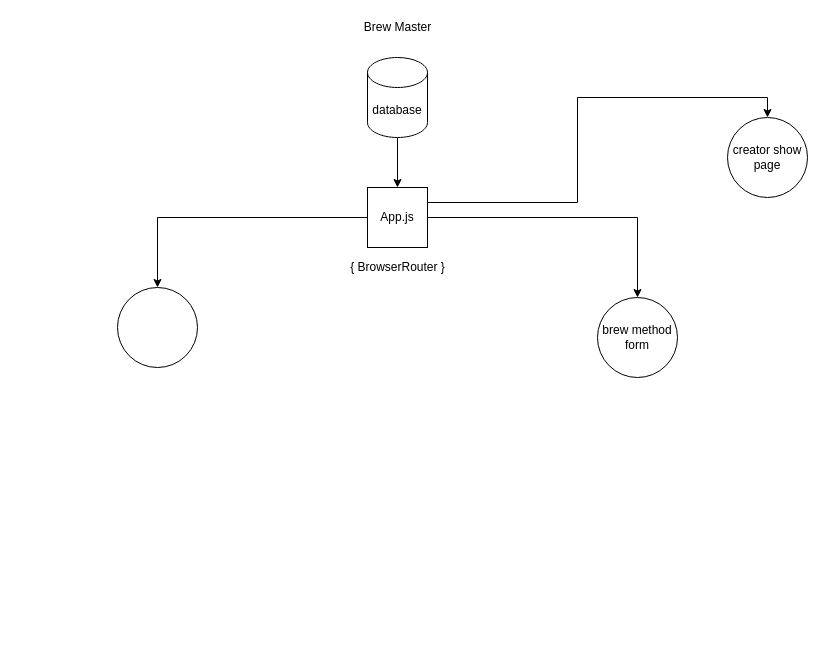
Earlier version of the draw.io diagram ComponentsBreakableToy.drawio (SalimAkram/breakable-toyv1). Source tidied: cells renumbered, new cells numbered last; positions are measured from the earlier drawing's top-left corner, leaving out a move shared by most shapes. Both pictures are drawn from the tidied source at 100%, with x=0, y=0 at pixel (117, 17).
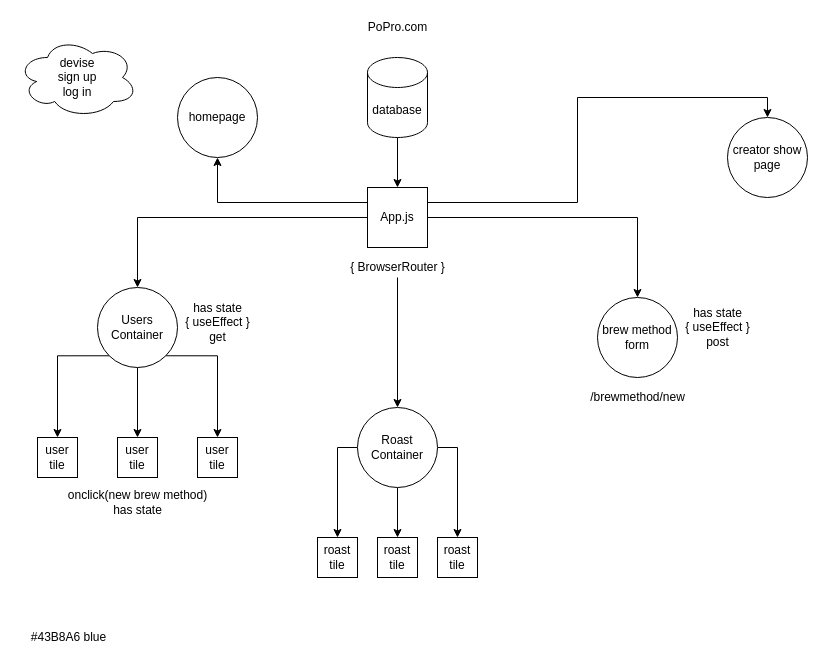
The same diagram, later.

The change refers to these unchanged cells:
```xml
<mxCell id="7" value="App.js" style="whiteSpace=wrap;html=1;" parent="1" vertex="1">
  <mxGeometry x="250" y="170" width="60" height="60" as="geometry" />
</mxCell>
<mxCell id="11" value="{ BrowserRouter }" style="text;html=1;align=center;verticalAlign=middle;points=[];" parent="1" vertex="1">
  <mxGeometry x="225" y="240" width="110" height="20" as="geometry" />
</mxCell>
```

Diff of the diagram source:
```diff
@@
+    <mxCell id="13" style="edgeStyle=orthogonalEdgeStyle;rounded=0;jettySize=auto;html=1;exitX=0;exitY=0.25;exitDx=0;exitDy=0;entryX=0.5;entryY=1;entryDx=0;entryDy=0;" parent="1" edge="1" source="7" target="34">
+      <mxGeometry relative="1" as="geometry" />
+    </mxCell>
@@
+    <mxCell id="14" style="edgeStyle=orthogonalEdgeStyle;rounded=0;jettySize=auto;html=1;entryX=0.5;entryY=0;entryDx=0;entryDy=0;" parent="1" edge="1" source="8" target="20">
+      <mxGeometry relative="1" as="geometry" />
+    </mxCell>
+    <mxCell id="15" style="edgeStyle=orthogonalEdgeStyle;rounded=0;jettySize=auto;html=1;exitX=0;exitY=1;exitDx=0;exitDy=0;entryX=0.5;entryY=0;entryDx=0;entryDy=0;" parent="1" edge="1" source="8" target="19">
+      <mxGeometry relative="1" as="geometry" />
+    </mxCell>
+    <mxCell id="16" style="edgeStyle=orthogonalEdgeStyle;rounded=0;jettySize=auto;html=1;exitX=1;exitY=1;exitDx=0;exitDy=0;entryX=0.5;entryY=0;entryDx=0;entryDy=0;" parent="1" edge="1" source="8" target="21">
+      <mxGeometry relative="1" as="geometry" />
+    </mxCell>
-    <mxCell id="8" style="ellipse;whiteSpace=wrap;html=1;" parent="1" vertex="1">
-      <mxGeometry y="270" width="80" height="80" as="geometry" />
+    <mxCell id="8" value="Users Container" style="ellipse;whiteSpace=wrap;html=1;" parent="1" vertex="1">
+      <mxGeometry x="-20" y="270" width="80" height="80" as="geometry" />
     </mxCell>
@@
+    <mxCell id="17" style="edgeStyle=orthogonalEdgeStyle;rounded=0;jettySize=auto;html=1;entryX=0.5;entryY=0;entryDx=0;entryDy=0;" parent="1" edge="1" source="11" target="30">
+      <mxGeometry relative="1" as="geometry" />
+    </mxCell>
@@
-    <mxCell id="12" value="Brew Master" style="text;html=1;align=center;verticalAlign=middle;" parent="1" vertex="1">
-      <mxGeometry x="240" width="80" height="20" as="geometry" />
+    <mxCell id="12" value="PoPro.com" style="text;html=1;align=center;verticalAlign=middle;" parent="1" vertex="1">
+      <mxGeometry x="245" width="70" height="20" as="geometry" />
     </mxCell>
+    <mxCell id="18" value="devise&lt;br&gt;sign up&lt;br&gt;log in" style="ellipse;shape=cloud;whiteSpace=wrap;html=1;" parent="1" vertex="1">
+      <mxGeometry x="-100" y="20" width="120" height="80" as="geometry" />
+    </mxCell>
+    <mxCell id="19" value="user&lt;br&gt;tile" style="rounded=0;whiteSpace=wrap;html=1;" parent="1" vertex="1">
+      <mxGeometry x="-80" y="420" width="40" height="40" as="geometry" />
+    </mxCell>
+    <mxCell id="20" value="user&lt;br&gt;tile" style="rounded=0;whiteSpace=wrap;html=1;" parent="1" vertex="1">
+      <mxGeometry y="420" width="40" height="40" as="geometry" />
+    </mxCell>
+    <mxCell id="21" value="user tile" style="rounded=0;whiteSpace=wrap;html=1;" parent="1" vertex="1">
+      <mxGeometry x="80" y="420" width="40" height="40" as="geometry" />
+    </mxCell>
+    <mxCell id="22" value="#43B8A6 blue&lt;br&gt;" style="text;html=1;align=center;verticalAlign=middle;" parent="1" vertex="1">
+      <mxGeometry x="-94" y="610" width="90" height="20" as="geometry" />
+    </mxCell>
+    <mxCell id="23" value="/brewmethod/new" style="text;html=1;align=center;verticalAlign=middle;" parent="1" vertex="1">
+      <mxGeometry x="465" y="370" width="110" height="20" as="geometry" />
+    </mxCell>
+    <mxCell id="24" value="onclick(new brew method)&lt;br&gt;has state" style="text;html=1;align=center;verticalAlign=middle;" parent="1" vertex="1">
+      <mxGeometry x="-55" y="470" width="150" height="30" as="geometry" />
+    </mxCell>
+    <mxCell id="25" value="has state&lt;br&gt;{ useEffect } &lt;br&gt;get" style="text;html=1;align=center;verticalAlign=middle;" parent="1" vertex="1">
+      <mxGeometry x="60" y="280" width="80" height="50" as="geometry" />
+    </mxCell>
+    <mxCell id="26" value="has state&lt;br&gt;{ useEffect }&lt;br&gt;post" style="text;html=1;align=center;verticalAlign=middle;" parent="1" vertex="1">
+      <mxGeometry x="560" y="285" width="80" height="50" as="geometry" />
+    </mxCell>
+    <mxCell id="27" style="edgeStyle=orthogonalEdgeStyle;rounded=0;jettySize=auto;html=1;exitX=0.5;exitY=1;exitDx=0;exitDy=0;entryX=0.5;entryY=0;entryDx=0;entryDy=0;" parent="1" edge="1" source="30" target="31">
+      <mxGeometry relative="1" as="geometry" />
+    </mxCell>
+    <mxCell id="28" style="edgeStyle=orthogonalEdgeStyle;rounded=0;jettySize=auto;html=1;exitX=1;exitY=0.5;exitDx=0;exitDy=0;entryX=0.5;entryY=0;entryDx=0;entryDy=0;" parent="1" edge="1" source="30" target="32">
+      <mxGeometry relative="1" as="geometry" />
+    </mxCell>
+    <mxCell id="29" style="edgeStyle=orthogonalEdgeStyle;rounded=0;jettySize=auto;html=1;exitX=0;exitY=0.5;exitDx=0;exitDy=0;entryX=0.5;entryY=0;entryDx=0;entryDy=0;" parent="1" edge="1" source="30" target="33">
+      <mxGeometry relative="1" as="geometry" />
+    </mxCell>
+    <mxCell id="30" value="Roast&lt;br&gt;Container" style="ellipse;whiteSpace=wrap;html=1;" parent="1" vertex="1">
+      <mxGeometry x="240" y="390" width="80" height="80" as="geometry" />
+    </mxCell>
+    <mxCell id="31" value="roast&lt;br&gt;tile" style="whiteSpace=wrap;html=1;" parent="1" vertex="1">
+      <mxGeometry x="260" y="520" width="40" height="40" as="geometry" />
+    </mxCell>
+    <mxCell id="32" value="roast&lt;br&gt;tile&lt;br&gt;" style="whiteSpace=wrap;html=1;" parent="1" vertex="1">
+      <mxGeometry x="320" y="520" width="40" height="40" as="geometry" />
+    </mxCell>
+    <mxCell id="33" value="roast&lt;br&gt;tile" style="whiteSpace=wrap;html=1;" parent="1" vertex="1">
+      <mxGeometry x="200" y="520" width="40" height="40" as="geometry" />
+    </mxCell>
+    <mxCell id="34" value="homepage" style="ellipse;whiteSpace=wrap;html=1;" parent="1" vertex="1">
+      <mxGeometry x="60" y="60" width="80" height="80" as="geometry" />
+    </mxCell>
```
